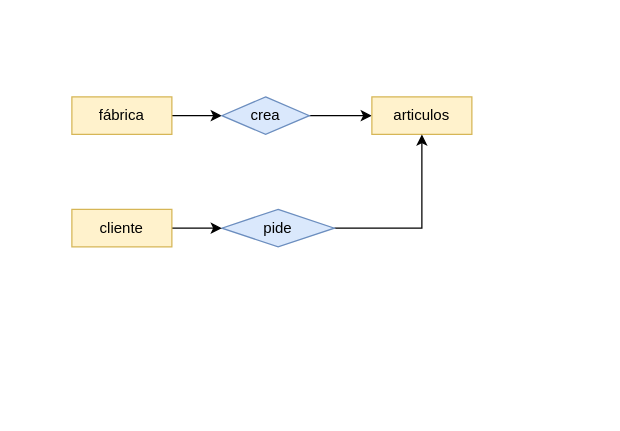
Above: Unidad-1/Tareas/tarea_2_3/Diagrama sin título.drawio in toninavhd/Base-datos (draw.io), before the change. Source tidied: cells renumbered, new cells numbered last; positions are measured from the earlier drawing's top-left corner, leaving out a move shared by most shapes. Both pictures are drawn from the tidied source at 125%, with x=0, y=0 at pixel (71, 96).
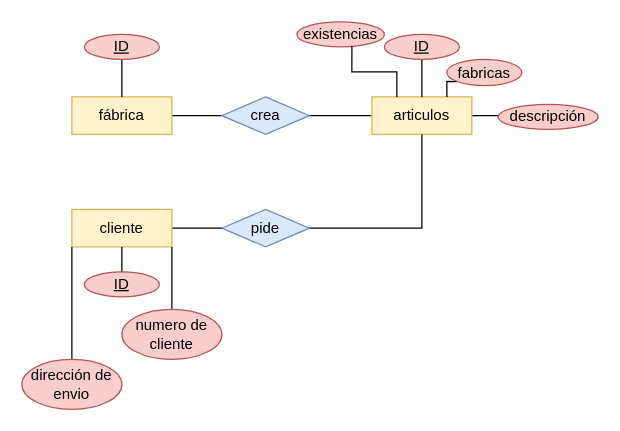
The same diagram, later.

Unchanged cells that the change refers to:
```xml
<mxCell id="3" value="&lt;div&gt;fábrica&lt;/div&gt;" style="rounded=0;whiteSpace=wrap;html=1;fillColor=#fff2cc;strokeColor=#d6b656;" parent="1" vertex="1">
  <mxGeometry width="80" height="30" as="geometry" />
</mxCell>
<mxCell id="5" value="crea" style="rhombus;whiteSpace=wrap;html=1;fillColor=#dae8fc;strokeColor=#6c8ebf;" parent="1" vertex="1">
  <mxGeometry x="120" width="70" height="30" as="geometry" />
</mxCell>
<mxCell id="6" value="articulos" style="rounded=0;whiteSpace=wrap;html=1;fillColor=#fff2cc;strokeColor=#d6b656;" parent="1" vertex="1">
  <mxGeometry x="240" width="80" height="30" as="geometry" />
</mxCell>
<mxCell id="10" value="cliente" style="rounded=0;whiteSpace=wrap;html=1;fillColor=#fff2cc;strokeColor=#d6b656;" parent="1" vertex="1">
  <mxGeometry y="90" width="80" height="30" as="geometry" />
</mxCell>
```

What changed in the source:
```diff
@@
-    <mxCell id="2" style="edgeStyle=orthogonalEdgeStyle;rounded=0;jettySize=auto;html=1;exitX=1;exitY=0.5;exitDx=0;exitDy=0;entryX=0;entryY=0.5;entryDx=0;entryDy=0;" parent="1" edge="1" source="3" target="5">
+    <mxCell id="2" style="edgeStyle=orthogonalEdgeStyle;rounded=0;jettySize=auto;html=1;exitX=1;exitY=0.5;exitDx=0;exitDy=0;entryX=0;entryY=0.5;entryDx=0;entryDy=0;endArrow=none;endFill=0;" parent="1" edge="1" source="3" target="5">
       <mxGeometry relative="1" as="geometry" />
     </mxCell>
@@
-    <mxCell id="4" style="edgeStyle=orthogonalEdgeStyle;rounded=0;jettySize=auto;html=1;exitX=1;exitY=0.5;exitDx=0;exitDy=0;entryX=0;entryY=0.5;entryDx=0;entryDy=0;" parent="1" edge="1" source="5" target="6">
+    <mxCell id="4" style="edgeStyle=orthogonalEdgeStyle;rounded=0;jettySize=auto;html=1;exitX=1;exitY=0.5;exitDx=0;exitDy=0;entryX=0;entryY=0.5;entryDx=0;entryDy=0;endArrow=none;endFill=0;" parent="1" edge="1" source="5" target="6">
       <mxGeometry relative="1" as="geometry" />
     </mxCell>
@@
+    <mxCell id="11" style="edgeStyle=orthogonalEdgeStyle;rounded=0;jettySize=auto;html=1;exitX=1;exitY=0.5;exitDx=0;exitDy=0;entryX=0;entryY=0.5;entryDx=0;entryDy=0;endArrow=none;endFill=0;" parent="1" edge="1" source="6" target="24">
+      <mxGeometry relative="1" as="geometry" />
+    </mxCell>
@@
-    <mxCell id="7" style="edgeStyle=orthogonalEdgeStyle;rounded=0;jettySize=auto;html=1;exitX=1;exitY=0.5;exitDx=0;exitDy=0;entryX=0.5;entryY=1;entryDx=0;entryDy=0;" parent="1" edge="1" source="8" target="6">
+    <mxCell id="7" style="edgeStyle=orthogonalEdgeStyle;rounded=0;jettySize=auto;html=1;exitX=1;exitY=0.5;exitDx=0;exitDy=0;entryX=0.5;entryY=1;entryDx=0;entryDy=0;endArrow=none;endFill=0;" parent="1" edge="1" source="8" target="6">
       <mxGeometry relative="1" as="geometry" />
     </mxCell>
     <mxCell id="8" value="pide" style="rhombus;whiteSpace=wrap;html=1;fillColor=#dae8fc;strokeColor=#6c8ebf;" parent="1" vertex="1">
-      <mxGeometry x="120" y="90" width="90" height="30" as="geometry" />
+      <mxGeometry x="120" y="90" width="70" height="30" as="geometry" />
     </mxCell>
-    <mxCell id="9" style="edgeStyle=orthogonalEdgeStyle;rounded=0;jettySize=auto;html=1;exitX=1;exitY=0.5;exitDx=0;exitDy=0;entryX=0;entryY=0.5;entryDx=0;entryDy=0;" parent="1" edge="1" source="10" target="8">
+    <mxCell id="9" style="edgeStyle=orthogonalEdgeStyle;rounded=0;jettySize=auto;html=1;exitX=1;exitY=0.5;exitDx=0;exitDy=0;entryX=0;entryY=0.5;entryDx=0;entryDy=0;endArrow=none;endFill=0;" parent="1" edge="1" source="10" target="8">
       <mxGeometry relative="1" as="geometry" />
     </mxCell>
@@
+    <mxCell id="12" style="edgeStyle=orthogonalEdgeStyle;rounded=0;jettySize=auto;html=1;exitX=0.5;exitY=0;exitDx=0;exitDy=0;entryX=0.5;entryY=1;entryDx=0;entryDy=0;endArrow=none;endFill=0;" parent="1" edge="1" source="13" target="10">
+      <mxGeometry relative="1" as="geometry" />
+    </mxCell>
+    <mxCell id="13" value="&lt;u&gt;ID&lt;/u&gt;" style="ellipse;whiteSpace=wrap;html=1;fillColor=#f8cecc;strokeColor=#b85450;" parent="1" vertex="1">
+      <mxGeometry x="10" y="140" width="60" height="20" as="geometry" />
+    </mxCell>
+    <mxCell id="14" style="edgeStyle=orthogonalEdgeStyle;rounded=0;jettySize=auto;html=1;exitX=0.5;exitY=1;exitDx=0;exitDy=0;entryX=0.5;entryY=0;entryDx=0;entryDy=0;endArrow=none;endFill=0;" parent="1" edge="1" source="15" target="6">
+      <mxGeometry relative="1" as="geometry" />
+    </mxCell>
+    <mxCell id="15" value="&lt;u&gt;ID&lt;/u&gt;" style="ellipse;whiteSpace=wrap;html=1;fillColor=#f8cecc;strokeColor=#b85450;" parent="1" vertex="1">
+      <mxGeometry x="250" y="-50" width="60" height="20" as="geometry" />
+    </mxCell>
+    <mxCell id="16" style="edgeStyle=orthogonalEdgeStyle;rounded=0;jettySize=auto;html=1;exitX=0.5;exitY=1;exitDx=0;exitDy=0;endArrow=none;endFill=0;" parent="1" edge="1" source="17" target="3">
+      <mxGeometry relative="1" as="geometry" />
+    </mxCell>
+    <mxCell id="17" value="&lt;u&gt;ID&lt;/u&gt;" style="ellipse;whiteSpace=wrap;html=1;fillColor=#f8cecc;strokeColor=#b85450;" parent="1" vertex="1">
+      <mxGeometry x="10" y="-50" width="60" height="20" as="geometry" />
+    </mxCell>
+    <mxCell id="18" style="edgeStyle=orthogonalEdgeStyle;rounded=0;jettySize=auto;html=1;exitX=0.5;exitY=0;exitDx=0;exitDy=0;entryX=1;entryY=1;entryDx=0;entryDy=0;endArrow=none;endFill=0;" parent="1" edge="1" source="19" target="10">
+      <mxGeometry relative="1" as="geometry" />
+    </mxCell>
+    <mxCell id="19" value="numero de cliente" style="ellipse;whiteSpace=wrap;html=1;fillColor=#f8cecc;strokeColor=#b85450;" parent="1" vertex="1">
+      <mxGeometry x="40" y="170" width="80" height="40" as="geometry" />
+    </mxCell>
+    <mxCell id="20" style="edgeStyle=orthogonalEdgeStyle;rounded=0;jettySize=auto;html=1;exitX=0;exitY=1;exitDx=0;exitDy=0;entryX=0.75;entryY=0;entryDx=0;entryDy=0;endArrow=none;endFill=0;" parent="1" edge="1" source="21" target="6">
+      <mxGeometry relative="1" as="geometry" />
+    </mxCell>
+    <mxCell id="21" value="fabricas" style="ellipse;whiteSpace=wrap;html=1;fillColor=#f8cecc;strokeColor=#b85450;" parent="1" vertex="1">
+      <mxGeometry x="300" y="-30" width="60" height="21" as="geometry" />
+    </mxCell>
+    <mxCell id="22" value="existencias" style="ellipse;whiteSpace=wrap;html=1;fillColor=#f8cecc;strokeColor=#b85450;" parent="1" vertex="1">
+      <mxGeometry x="180" y="-60" width="70" height="20" as="geometry" />
+    </mxCell>
+    <mxCell id="23" style="edgeStyle=orthogonalEdgeStyle;rounded=0;jettySize=auto;html=1;exitX=0.25;exitY=0;exitDx=0;exitDy=0;entryX=0.629;entryY=0.967;entryDx=0;entryDy=0;entryPerimeter=0;endArrow=none;endFill=0;" parent="1" edge="1" source="6" target="22">
+      <mxGeometry relative="1" as="geometry" />
+    </mxCell>
+    <mxCell id="24" value="descripción" style="ellipse;whiteSpace=wrap;html=1;fillColor=#f8cecc;strokeColor=#b85450;" parent="1" vertex="1">
+      <mxGeometry x="341" y="6" width="80" height="20" as="geometry" />
+    </mxCell>
+    <mxCell id="25" style="edgeStyle=orthogonalEdgeStyle;rounded=0;jettySize=auto;html=1;exitX=0.5;exitY=0;exitDx=0;exitDy=0;entryX=0;entryY=1;entryDx=0;entryDy=0;endArrow=none;endFill=0;" parent="1" edge="1" source="26" target="10">
+      <mxGeometry relative="1" as="geometry" />
+    </mxCell>
+    <mxCell id="26" value="dirección de envio" style="ellipse;whiteSpace=wrap;html=1;fillColor=#f8cecc;strokeColor=#b85450;" parent="1" vertex="1">
+      <mxGeometry x="-40" y="210" width="80" height="40" as="geometry" />
+    </mxCell>
```
